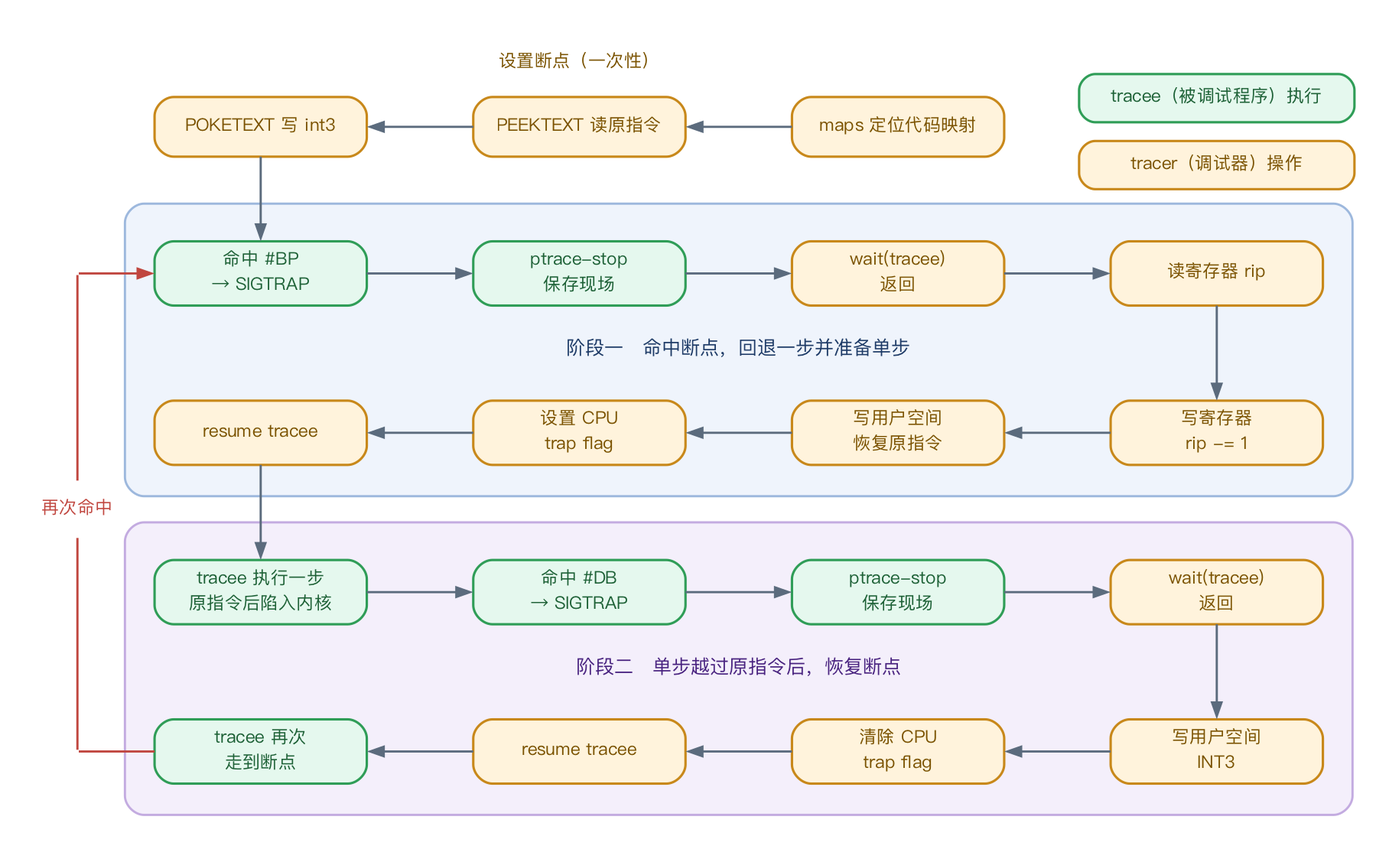
This is research_practice/assets/09_breakpoint_loop.png from vvvvsv/asterinas, a Graphviz export, as it was before one commit. Its source is kept beside it as research_practice/assets/09_breakpoint_loop.dot.
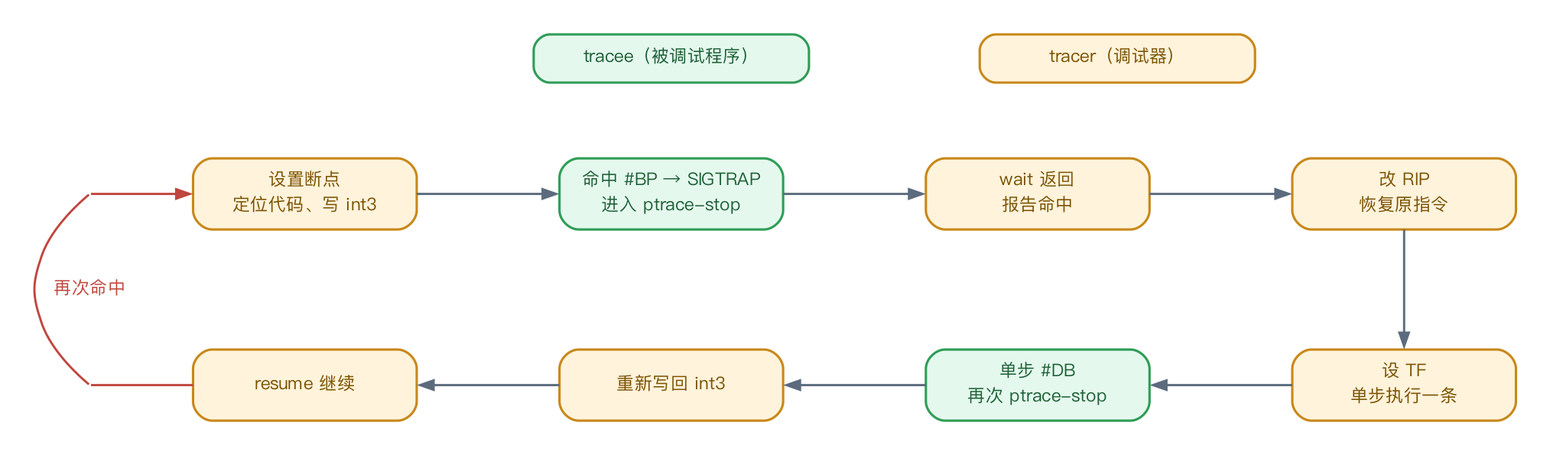
Later version of the same file.

The edit, as a diff of the source:
```diff
@@ -2,35 +2,16 @@
   graph [fontname="PingFang SC", bgcolor="white", pad="0.3", splines=true];
   node [fontname="PingFang SC", shape=box, style="rounded,filled", penwidth=1.5, margin="0.1,0.06", fontsize=11];
   edge [fontname="PingFang SC", color="#5b6b7d", penwidth=1.4, arrowsize=0.85, fontsize=11];
-  bandA [label="", shape=box, style="rounded,filled", fillcolor="#EFF4FC", color="#9DB8DD", penwidth=1.4, fixedsize=true, width="10.7", height="2.55", pos="300,252"];
-  bandB [label="", shape=box, style="rounded,filled", fillcolor="#F4EFFB", color="#C3ABE0", penwidth=1.4, fixedsize=true, width="10.7", height="2.55", pos="300,52"];
-  ptitleA [shape=plaintext, style="filled", fillcolor="#EFF4FC", fontname="PingFang SC", fontcolor="#1d3a66", fontsize="12", label="阶段一　命中断点，回退一步并准备单步", pos="300,252"];
-  ptitleB [shape=plaintext, style="filled", fillcolor="#F4EFFB", fontname="PingFang SC", fontcolor="#48227f", fontsize="12", label="阶段二　单步越过原指令后，恢复断点", pos="300,52"];
-  b1 [label="命中 #BP\n→ SIGTRAP", fillcolor="#E5F8EE", color="#2F9D57", fontcolor="#1c6035", pos="0,300", width="1.85", height="0.56", fixedsize="true"];
-  b2 [label="ptrace-stop\n保存现场", fillcolor="#E5F8EE", color="#2F9D57", fontcolor="#1c6035", pos="200,300", width="1.85", height="0.56", fixedsize="true"];
-  b3 [label="wait(tracee)\n返回", fillcolor="#FFF3DC", color="#C8881A", fontcolor="#7a5200", pos="400,300", width="1.85", height="0.56", fixedsize="true"];
-  b4 [label="读寄存器 rip", fillcolor="#FFF3DC", color="#C8881A", fontcolor="#7a5200", pos="600,300", width="1.85", height="0.56", fixedsize="true"];
-  b5 [label="写寄存器\nrip -= 1", fillcolor="#FFF3DC", color="#C8881A", fontcolor="#7a5200", pos="600,200", width="1.85", height="0.56", fixedsize="true"];
-  b6 [label="写用户空间\n恢复原指令", fillcolor="#FFF3DC", color="#C8881A", fontcolor="#7a5200", pos="400,200", width="1.85", height="0.56", fixedsize="true"];
-  b7 [label="设置 CPU\ntrap flag", fillcolor="#FFF3DC", color="#C8881A", fontcolor="#7a5200", pos="200,200", width="1.85", height="0.56", fixedsize="true"];
-  b8 [label="resume tracee", fillcolor="#FFF3DC", color="#C8881A", fontcolor="#7a5200", pos="0,200", width="1.85", height="0.56", fixedsize="true"];
-  b9 [label="tracee 执行一步\n原指令后陷入内核", fillcolor="#E5F8EE", color="#2F9D57", fontcolor="#1c6035", pos="0,100", width="1.85", height="0.56", fixedsize="true"];
-  b10 [label="命中 #DB\n→ SIGTRAP", fillcolor="#E5F8EE", color="#2F9D57", fontcolor="#1c6035", pos="200,100", width="1.85", height="0.56", fixedsize="true"];
-  b11 [label="ptrace-stop\n保存现场", fillcolor="#E5F8EE", color="#2F9D57", fontcolor="#1c6035", pos="400,100", width="1.85", height="0.56", fixedsize="true"];
-  b12 [label="wait(tracee)\n返回", fillcolor="#FFF3DC", color="#C8881A", fontcolor="#7a5200", pos="600,100", width="1.85", height="0.56", fixedsize="true"];
-  b13 [label="写用户空间\nINT3", fillcolor="#FFF3DC", color="#C8881A", fontcolor="#7a5200", pos="600,0", width="1.85", height="0.56", fixedsize="true"];
-  b14 [label="清除 CPU\ntrap flag", fillcolor="#FFF3DC", color="#C8881A", fontcolor="#7a5200", pos="400,0", width="1.85", height="0.56", fixedsize="true"];
-  b15 [label="resume tracee", fillcolor="#FFF3DC", color="#C8881A", fontcolor="#7a5200", pos="200,0", width="1.85", height="0.56", fixedsize="true"];
-  b16 [label="tracee 再次\n走到断点", fillcolor="#E5F8EE", color="#2F9D57", fontcolor="#1c6035", pos="0,0", width="1.85", height="0.56", fixedsize="true"];
-  s1 [label="maps 定位代码映射", fillcolor="#FFF3DC", color="#C8881A", fontcolor="#7a5200", pos="400,392", width="1.85", height="0.52", fixedsize="true"];
-  s2 [label="PEEKTEXT 读原指令", fillcolor="#FFF3DC", color="#C8881A", fontcolor="#7a5200", pos="200,392", width="1.85", height="0.52", fixedsize="true"];
-  s3 [label="POKETEXT 写 int3", fillcolor="#FFF3DC", color="#C8881A", fontcolor="#7a5200", pos="0,392", width="1.85", height="0.52", fixedsize="true"];
-  s_hdr [shape=box, style="filled", fillcolor="white", color="white", penwidth=0, margin="0.03,0.01", fontsize=11, fontcolor="#7a5200", pos="200,432", label="设置断点（一次性）"];
-  leg_t [label="tracee（被调试程序）执行", fillcolor="#E5F8EE", color="#2F9D57", fontcolor="#1c6035", pos="600,410", width="2.4", height="0.42", fixedsize="true", fontsize="11"];
-  leg_r [label="tracer（调试器）操作", fillcolor="#FFF3DC", color="#C8881A", fontcolor="#7a5200", pos="600,368", width="2.4", height="0.42", fixedsize="true", fontsize="11"];
-  s1:w -> s2:e [color="#5b6b7d"];
-  s2:w -> s3:e [color="#5b6b7d"];
-  s3:s -> b1:n [color="#5b6b7d"];
+  b1 [label="设置断点\n定位代码、写 int3", fillcolor="#FFF3DC", color="#C8881A", fontcolor="#7a5200", pos="0,120", width="1.95", height="0.62", fixedsize="true"];
+  b2 [label="命中 #BP → SIGTRAP\n进入 ptrace-stop", fillcolor="#E5F8EE", color="#2F9D57", fontcolor="#1c6035", pos="230,120", width="1.95", height="0.62", fixedsize="true"];
+  b3 [label="wait 返回\n报告命中", fillcolor="#FFF3DC", color="#C8881A", fontcolor="#7a5200", pos="460,120", width="1.95", height="0.62", fixedsize="true"];
+  b4 [label="改 RIP\n恢复原指令", fillcolor="#FFF3DC", color="#C8881A", fontcolor="#7a5200", pos="690,120", width="1.95", height="0.62", fixedsize="true"];
+  b5 [label="设 TF\n单步执行一条", fillcolor="#FFF3DC", color="#C8881A", fontcolor="#7a5200", pos="690,0", width="1.95", height="0.62", fixedsize="true"];
+  b6 [label="单步 #DB\n再次 ptrace-stop", fillcolor="#E5F8EE", color="#2F9D57", fontcolor="#1c6035", pos="460,0", width="1.95", height="0.62", fixedsize="true"];
+  b7 [label="重新写回 int3", fillcolor="#FFF3DC", color="#C8881A", fontcolor="#7a5200", pos="230,0", width="1.95", height="0.62", fixedsize="true"];
+  b8 [label="resume 继续", fillcolor="#FFF3DC", color="#C8881A", fontcolor="#7a5200", pos="0,0", width="1.95", height="0.62", fixedsize="true"];
+  leg_t [label="tracee（被调试程序）", fillcolor="#E5F8EE", color="#2F9D57", fontcolor="#1c6035", pos="230,205", width="2.4", height="0.42", fixedsize="true", fontsize="11"];
+  leg_r [label="tracer（调试器）", fillcolor="#FFF3DC", color="#C8881A", fontcolor="#7a5200", pos="510,205", width="2.4", height="0.42", fixedsize="true", fontsize="11"];
   b1:e -> b2:w [color="#5b6b7d"];
   b2:e -> b3:w [color="#5b6b7d"];
   b3:e -> b4:w [color="#5b6b7d"];
@@ -38,18 +19,10 @@
   b5:w -> b6:e [color="#5b6b7d"];
   b6:w -> b7:e [color="#5b6b7d"];
   b7:w -> b8:e [color="#5b6b7d"];
-  b8:s -> b9:n [color="#5b6b7d"];
-  b9:e -> b10:w [color="#5b6b7d"];
-  b10:e -> b11:w [color="#5b6b7d"];
-  b11:e -> b12:w [color="#5b6b7d"];
-  b12:s -> b13:n [color="#5b6b7d"];
-  b13:w -> b14:e [color="#5b6b7d"];
-  b14:w -> b15:e [color="#5b6b7d"];
-  b15:w -> b16:e [color="#5b6b7d"];
-  lb1 [shape=point, width=0.01, style=invis, pos="-115,0"];
-  lb2 [shape=point, width=0.01, style=invis, pos="-115,300"];
-  b16:w -> lb1 [arrowhead=none, color="#C0463F"];
+  lb1 [shape=point, width=0.01, style=invis, pos="-135,0"];
+  lb2 [shape=point, width=0.01, style=invis, pos="-135,120"];
+  b8:w -> lb1 [arrowhead=none, color="#C0463F"];
   lb1 -> lb2 [arrowhead=none, color="#C0463F"];
   lb2 -> b1:w [color="#C0463F"];
-  fb [shape=box, style="filled", fillcolor="white", color="white", penwidth=0, margin="0.03,0.01", fontsize=11, fontcolor="#C0463F", pos="-115,152", label="再次命中"];
+  fb [shape=box, style="filled", fillcolor="white", color="white", penwidth=0, margin="0.03,0.01", fontsize=11, fontcolor="#C0463F", pos="-135,60", label="再次命中"];
 }
```
